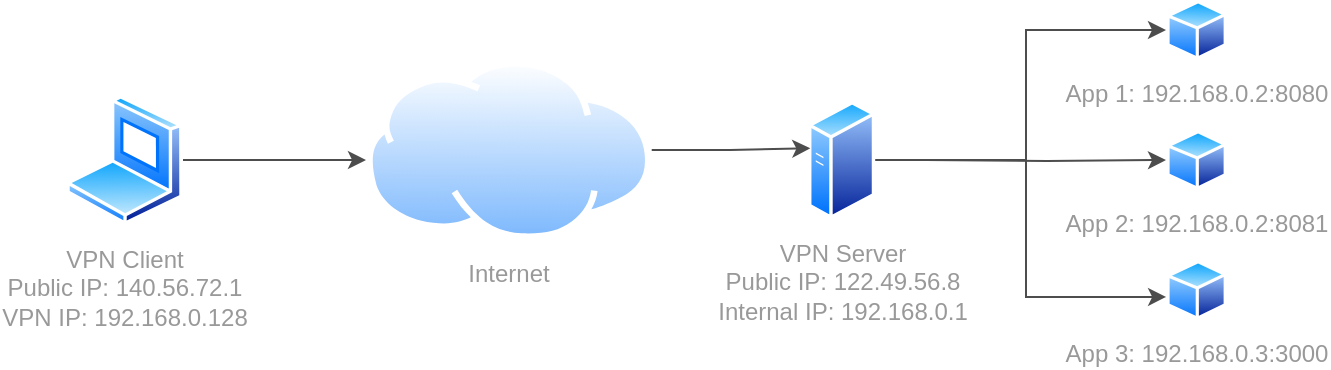
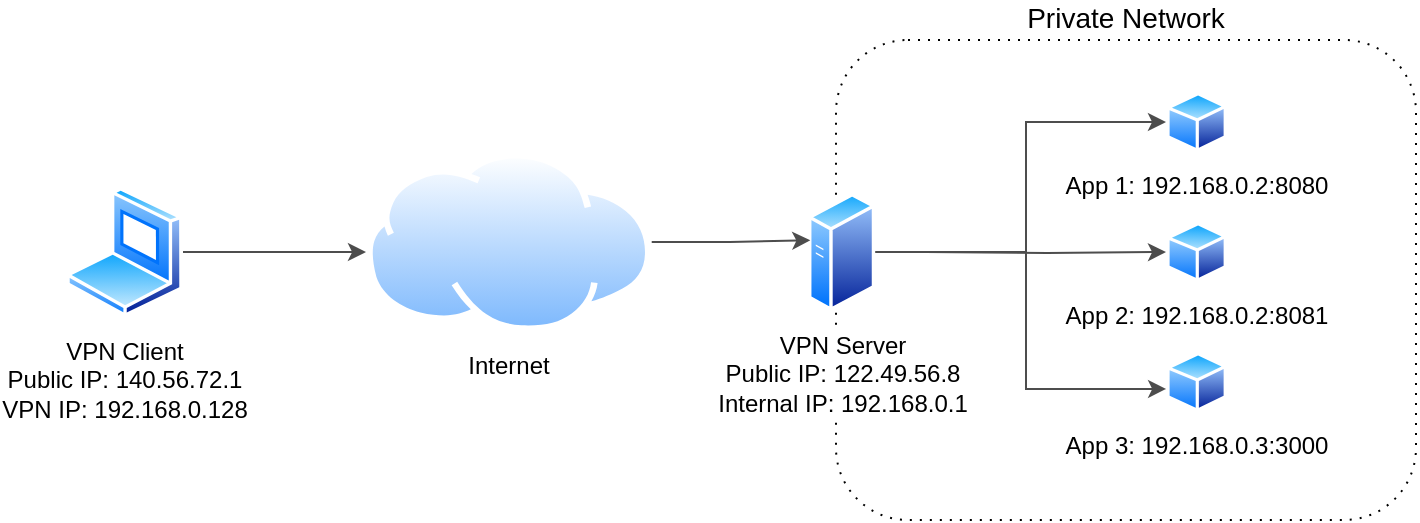
<mxfile host="app.diagrams.net" agent="Mozilla/5.0 (Windows NT 10.0; Win64; x64) AppleWebKit/537.36 (KHTML, like Gecko) Chrome/144.0.0.0 Safari/537.36 Edg/144.0.0.0" version="29.2.9">
  <diagram name="Page-1" id="oL3LUnaFerM0BOrbsi3p">
-     <mxGraphModel dx="699" dy="679" grid="1" gridSize="10" guides="1" tooltips="1" connect="1" arrows="1" fold="1" page="1" pageScale="1" pageWidth="1169" pageHeight="827" math="0" shadow="0">
+     <mxGraphModel dx="1224" dy="1189" grid="1" gridSize="10" guides="1" tooltips="1" connect="1" arrows="1" fold="1" page="1" pageScale="1" pageWidth="1169" pageHeight="827" math="0" shadow="0">
      <root>
        <mxCell id="0" />
        <mxCell id="1" parent="0" />
-         <mxCell id="eiM0vpI2SDL8AnYc-MX_-20" edge="1" parent="1" style="edgeStyle=orthogonalEdgeStyle;rounded=0;orthogonalLoop=1;jettySize=auto;html=1;entryX=0;entryY=0.5;entryDx=0;entryDy=0;strokeColor=light-dark(#4D4D4D,#999999);fontColor=#999999;" target="eiM0vpI2SDL8AnYc-MX_-16">
+         <mxCell id="77kVqblHGarNV-QZlcNX-1" parent="1" style="rounded=1;whiteSpace=wrap;html=1;dashed=1;dashPattern=1 4;labelPosition=center;verticalLabelPosition=top;align=center;verticalAlign=bottom;spacingBottom=0;fontSize=14;" value="Private Network" vertex="1">
+           <mxGeometry height="240" width="290" x="585" y="294" as="geometry" />
+         </mxCell>
+         <mxCell id="eiM0vpI2SDL8AnYc-MX_-20" edge="1" parent="1" style="edgeStyle=orthogonalEdgeStyle;rounded=0;orthogonalLoop=1;jettySize=auto;html=1;entryX=0;entryY=0.5;entryDx=0;entryDy=0;strokeColor=light-dark(#4D4D4D,#999999);" target="eiM0vpI2SDL8AnYc-MX_-16" value="">
          <mxGeometry relative="1" as="geometry">
            <Array as="points">
              <mxPoint x="680" y="400" />
              <mxPoint x="680" y="335" />
            </Array>
            <mxPoint x="629.9999999999999" y="400" as="sourcePoint" />
          </mxGeometry>
        </mxCell>
-         <mxCell id="eiM0vpI2SDL8AnYc-MX_-21" edge="1" parent="1" style="edgeStyle=orthogonalEdgeStyle;rounded=0;orthogonalLoop=1;jettySize=auto;html=1;entryX=0;entryY=0.5;entryDx=0;entryDy=0;strokeColor=light-dark(#4D4D4D,#999999);fontColor=#999999;" target="eiM0vpI2SDL8AnYc-MX_-18">
+         <mxCell id="eiM0vpI2SDL8AnYc-MX_-21" edge="1" parent="1" style="edgeStyle=orthogonalEdgeStyle;rounded=0;orthogonalLoop=1;jettySize=auto;html=1;entryX=0;entryY=0.5;entryDx=0;entryDy=0;strokeColor=light-dark(#4D4D4D,#999999);" target="eiM0vpI2SDL8AnYc-MX_-18" value="">
          <mxGeometry relative="1" as="geometry">
            <mxPoint x="629.9999999999999" y="400" as="sourcePoint" />
          </mxGeometry>
        </mxCell>
-         <mxCell id="eiM0vpI2SDL8AnYc-MX_-6" parent="1" style="image;aspect=fixed;perimeter=ellipsePerimeter;html=1;align=center;shadow=0;dashed=0;spacingTop=3;image=img/lib/active_directory/generic_server.svg;strokeColor=light-dark(#000000,#999999);fontColor=#999999;" value="VPN Server&lt;div&gt;Public IP: 122.49.56.8&lt;/div&gt;&lt;div&gt;Internal IP: 192.168.0.1&lt;/div&gt;" vertex="1">
+         <mxCell id="eiM0vpI2SDL8AnYc-MX_-6" parent="1" style="image;aspect=fixed;perimeter=ellipsePerimeter;html=1;align=center;shadow=0;dashed=0;spacingTop=3;image=img/lib/active_directory/generic_server.svg;strokeColor=light-dark(#000000,#999999);" value="VPN Server&#xa;Public IP: 122.49.56.8&#xa;Internal IP: 192.168.0.1" vertex="1">
          <mxGeometry height="60" width="33.6" x="571" y="370" as="geometry" />
        </mxCell>
-         <mxCell id="eiM0vpI2SDL8AnYc-MX_-7" parent="1" style="image;aspect=fixed;perimeter=ellipsePerimeter;html=1;align=center;shadow=0;dashed=0;spacingTop=3;image=img/lib/active_directory/laptop_client.svg;strokeColor=light-dark(#000000,#999999);fontColor=#999999;" value="VPN Client&lt;div&gt;Public&amp;nbsp;&lt;span style=&quot;background-color: light-dark(#ffffff, var(--ge-dark-color, #121212)); color: light-dark(rgb(153, 153, 153), rgb(106, 106, 106));&quot;&gt;IP: 140.56.72.1&lt;/span&gt;&lt;/div&gt;&lt;div&gt;&lt;span style=&quot;background-color: light-dark(#ffffff, var(--ge-dark-color, #121212)); color: light-dark(rgb(153, 153, 153), rgb(106, 106, 106));&quot;&gt;VPN IP: 192.168.0.128&lt;/span&gt;&lt;/div&gt;" vertex="1">
+         <mxCell id="eiM0vpI2SDL8AnYc-MX_-7" parent="1" style="image;aspect=fixed;perimeter=ellipsePerimeter;html=1;align=center;shadow=0;dashed=0;spacingTop=3;image=img/lib/active_directory/laptop_client.svg;strokeColor=light-dark(#000000,#999999);" value="VPN Client&#xa;Public IP: 140.56.72.1&#xa;VPN IP: 192.168.0.128" vertex="1">
          <mxGeometry height="65" width="58.5" x="200" y="367.5" as="geometry" />
        </mxCell>
-         <mxCell id="eiM0vpI2SDL8AnYc-MX_-9" parent="1" style="image;aspect=fixed;perimeter=ellipsePerimeter;html=1;align=center;shadow=0;dashed=0;spacingTop=3;image=img/lib/active_directory/internet_cloud.svg;strokeColor=light-dark(#000000,#999999);fontColor=#999999;" value="Internet" vertex="1">
+         <mxCell id="eiM0vpI2SDL8AnYc-MX_-9" parent="1" style="image;aspect=fixed;perimeter=ellipsePerimeter;html=1;align=center;shadow=0;dashed=0;spacingTop=3;image=img/lib/active_directory/internet_cloud.svg;strokeColor=light-dark(#000000,#999999);" value="Internet" vertex="1">
          <mxGeometry height="90" width="142.86" x="350" y="350" as="geometry" />
        </mxCell>
-         <mxCell id="eiM0vpI2SDL8AnYc-MX_-12" edge="1" parent="1" source="eiM0vpI2SDL8AnYc-MX_-7" style="edgeStyle=orthogonalEdgeStyle;rounded=0;orthogonalLoop=1;jettySize=auto;html=1;entryX=0;entryY=0.556;entryDx=0;entryDy=0;entryPerimeter=0;strokeColor=light-dark(#4D4D4D,#999999);fontColor=#999999;" target="eiM0vpI2SDL8AnYc-MX_-9">
+         <mxCell id="eiM0vpI2SDL8AnYc-MX_-12" edge="1" parent="1" source="eiM0vpI2SDL8AnYc-MX_-7" style="edgeStyle=orthogonalEdgeStyle;rounded=0;orthogonalLoop=1;jettySize=auto;html=1;entryX=0;entryY=0.556;entryDx=0;entryDy=0;entryPerimeter=0;strokeColor=light-dark(#4D4D4D,#999999);" target="eiM0vpI2SDL8AnYc-MX_-9" value="">
          <mxGeometry relative="1" as="geometry" />
        </mxCell>
-         <mxCell id="eiM0vpI2SDL8AnYc-MX_-13" edge="1" parent="1" source="eiM0vpI2SDL8AnYc-MX_-9" style="edgeStyle=orthogonalEdgeStyle;rounded=0;orthogonalLoop=1;jettySize=auto;html=1;entryX=0.034;entryY=0.403;entryDx=0;entryDy=0;entryPerimeter=0;strokeColor=light-dark(#4D4D4D,#999999);fontColor=#999999;" target="eiM0vpI2SDL8AnYc-MX_-6">
+         <mxCell id="eiM0vpI2SDL8AnYc-MX_-13" edge="1" parent="1" source="eiM0vpI2SDL8AnYc-MX_-9" style="edgeStyle=orthogonalEdgeStyle;rounded=0;orthogonalLoop=1;jettySize=auto;html=1;entryX=0.034;entryY=0.403;entryDx=0;entryDy=0;entryPerimeter=0;strokeColor=light-dark(#4D4D4D,#999999);" target="eiM0vpI2SDL8AnYc-MX_-6" value="">
          <mxGeometry relative="1" as="geometry" />
        </mxCell>
-         <mxCell id="eiM0vpI2SDL8AnYc-MX_-16" parent="1" style="image;aspect=fixed;perimeter=ellipsePerimeter;html=1;align=center;shadow=0;dashed=0;spacingTop=3;image=img/lib/active_directory/generic_node.svg;strokeColor=light-dark(#000000,#999999);fontColor=#999999;" value="App 1: 192.168.0.2:8080" vertex="1">
+         <mxCell id="eiM0vpI2SDL8AnYc-MX_-16" parent="1" style="image;aspect=fixed;perimeter=ellipsePerimeter;html=1;align=center;shadow=0;dashed=0;spacingTop=3;image=img/lib/active_directory/generic_node.svg;strokeColor=light-dark(#000000,#999999);" value="App 1: 192.168.0.2:8080" vertex="1">
          <mxGeometry height="30" width="30.61" x="750" y="320" as="geometry" />
        </mxCell>
-         <mxCell id="eiM0vpI2SDL8AnYc-MX_-18" parent="1" style="image;aspect=fixed;perimeter=ellipsePerimeter;html=1;align=center;shadow=0;dashed=0;spacingTop=3;image=img/lib/active_directory/generic_node.svg;strokeColor=light-dark(#000000,#999999);fontColor=#999999;" value="App 2: 192.168.0.2:8081" vertex="1">
+         <mxCell id="eiM0vpI2SDL8AnYc-MX_-18" parent="1" style="image;aspect=fixed;perimeter=ellipsePerimeter;html=1;align=center;shadow=0;dashed=0;spacingTop=3;image=img/lib/active_directory/generic_node.svg;strokeColor=light-dark(#000000,#999999);" value="App 2: 192.168.0.2:8081" vertex="1">
          <mxGeometry height="30" width="30.61" x="750" y="385" as="geometry" />
        </mxCell>
-         <mxCell id="eiM0vpI2SDL8AnYc-MX_-19" parent="1" style="image;aspect=fixed;perimeter=ellipsePerimeter;html=1;align=center;shadow=0;dashed=0;spacingTop=3;image=img/lib/active_directory/generic_node.svg;strokeColor=light-dark(#000000,#999999);fontColor=#999999;" value="App 3: 192.168.0.3:3000" vertex="1">
+         <mxCell id="eiM0vpI2SDL8AnYc-MX_-19" parent="1" style="image;aspect=fixed;perimeter=ellipsePerimeter;html=1;align=center;shadow=0;dashed=0;spacingTop=3;image=img/lib/active_directory/generic_node.svg;strokeColor=light-dark(#000000,#999999);" value="App 3: 192.168.0.3:3000" vertex="1">
          <mxGeometry height="30" width="30.61" x="750" y="450" as="geometry" />
        </mxCell>
-         <mxCell id="eiM0vpI2SDL8AnYc-MX_-22" edge="1" parent="1" source="eiM0vpI2SDL8AnYc-MX_-6" style="edgeStyle=orthogonalEdgeStyle;rounded=0;orthogonalLoop=1;jettySize=auto;html=1;entryX=0.002;entryY=0.616;entryDx=0;entryDy=0;entryPerimeter=0;strokeColor=light-dark(#4D4D4D,#999999);fontColor=#999999;exitX=1;exitY=0.5;exitDx=0;exitDy=0;" target="eiM0vpI2SDL8AnYc-MX_-19">
+         <mxCell id="eiM0vpI2SDL8AnYc-MX_-22" edge="1" parent="1" source="eiM0vpI2SDL8AnYc-MX_-6" style="edgeStyle=orthogonalEdgeStyle;rounded=0;orthogonalLoop=1;jettySize=auto;html=1;entryX=0.002;entryY=0.616;entryDx=0;entryDy=0;entryPerimeter=0;strokeColor=light-dark(#4D4D4D,#999999);exitX=1;exitY=0.5;exitDx=0;exitDy=0;" target="eiM0vpI2SDL8AnYc-MX_-19" value="">
          <mxGeometry relative="1" as="geometry">
            <Array as="points">
              <mxPoint x="680" y="400" />
              <mxPoint x="680" y="468" />
            </Array>
            <mxPoint x="629.9999999999999" y="400" as="sourcePoint" />
          </mxGeometry>
        </mxCell>
      </root>
    </mxGraphModel>
  </diagram>
</mxfile>
